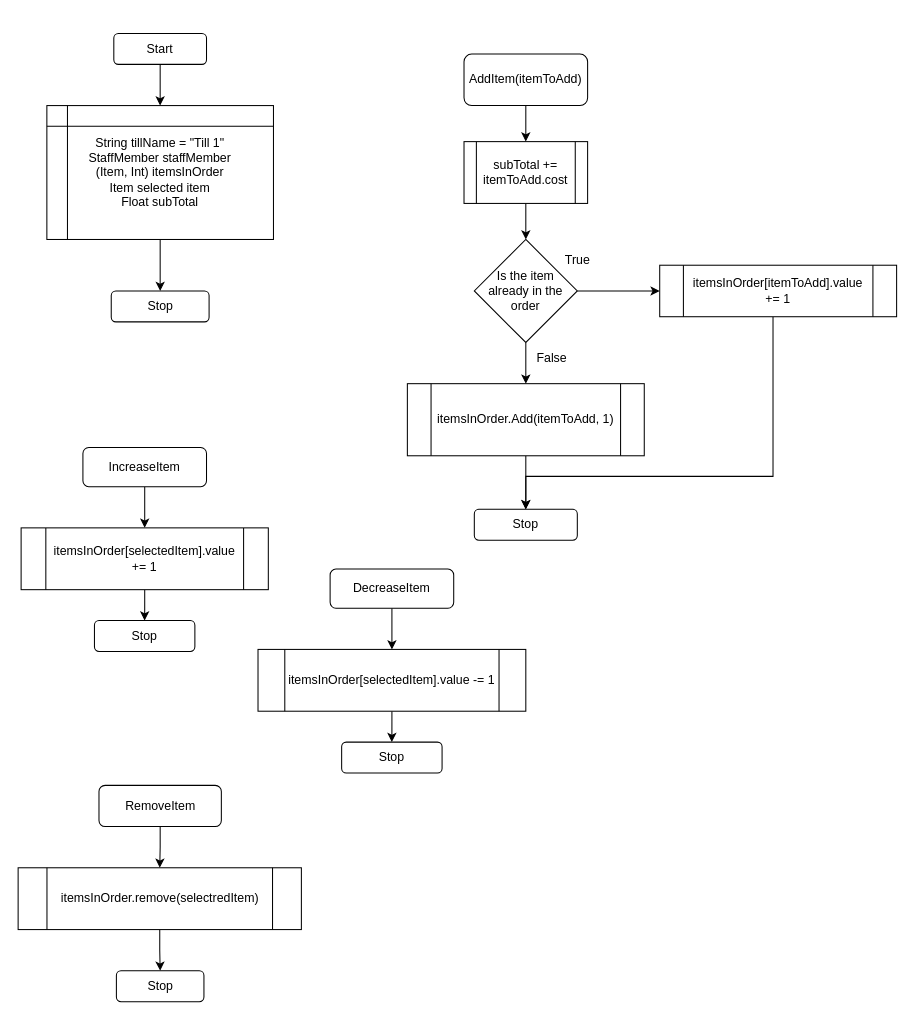
This is Flow diagrams/PosController.drawio from Z0mbie001/BabyyPos, a draw.io file, before an edit. Source tidied: cells renumbered, new cells numbered last; positions are measured from the earlier drawing's top-left corner, leaving out a move shared by most shapes. Both pictures are drawn from the tidied source at 103%, with x=0, y=0 at pixel (18, 33).
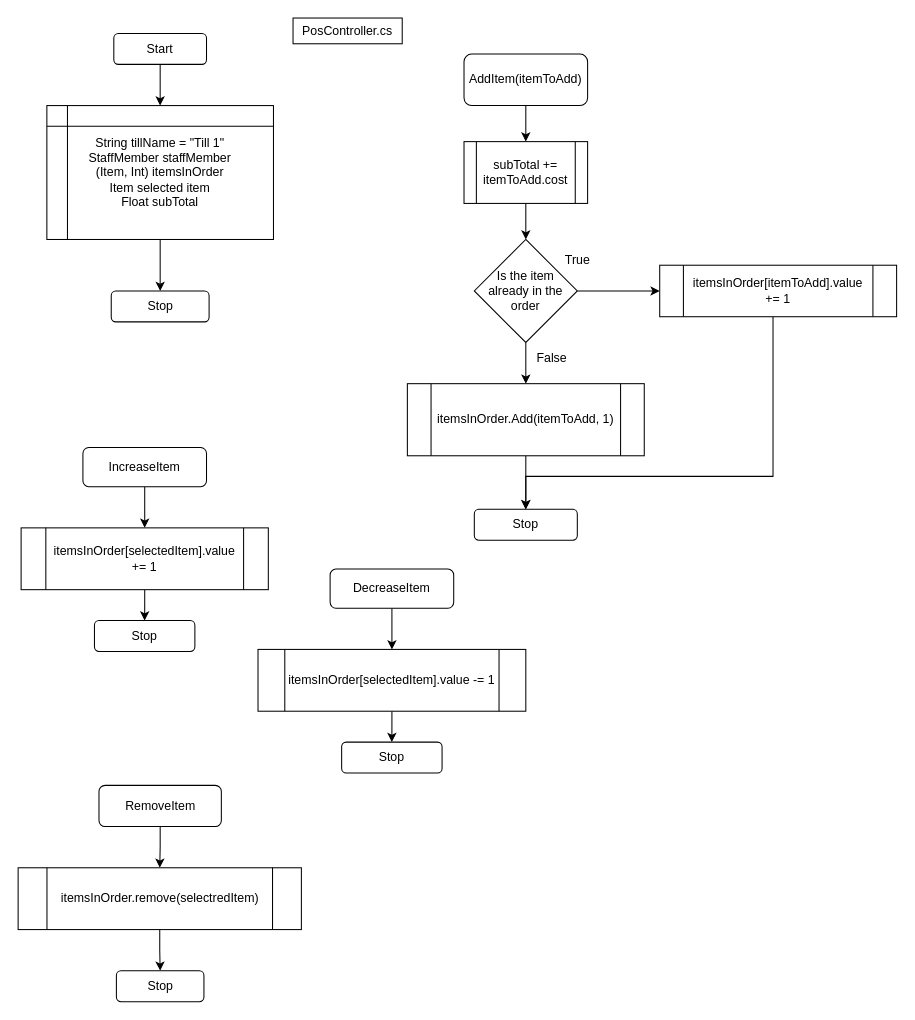
The same page after the edit.

Change to the diagram source:
```diff
@@
+    <mxCell id="36" value="PosController.cs" style="rounded=0;whiteSpace=wrap;html=1;" parent="1" vertex="1">
+      <mxGeometry x="267" y="-15" width="106" height="25" as="geometry" />
+    </mxCell>
```
